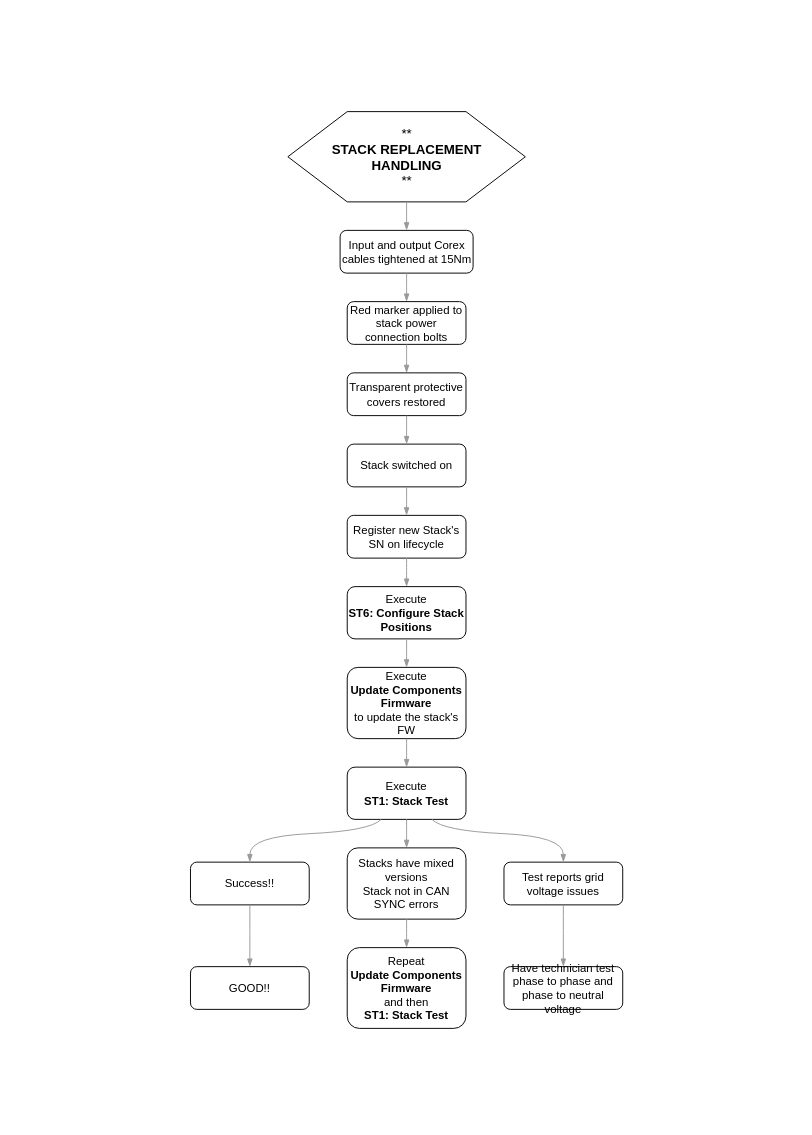
gialla1987/test-meter keeps this draw.io diagram as Diagramma senza titolo.drawio. Above is the earlier version. Source tidied: cells renumbered, new cells numbered last; positions are measured from the earlier drawing's top-left corner, leaving out a move shared by most shapes. Both pictures are drawn from the tidied source at 95%, with x=0, y=0 at pixel (190, 111).
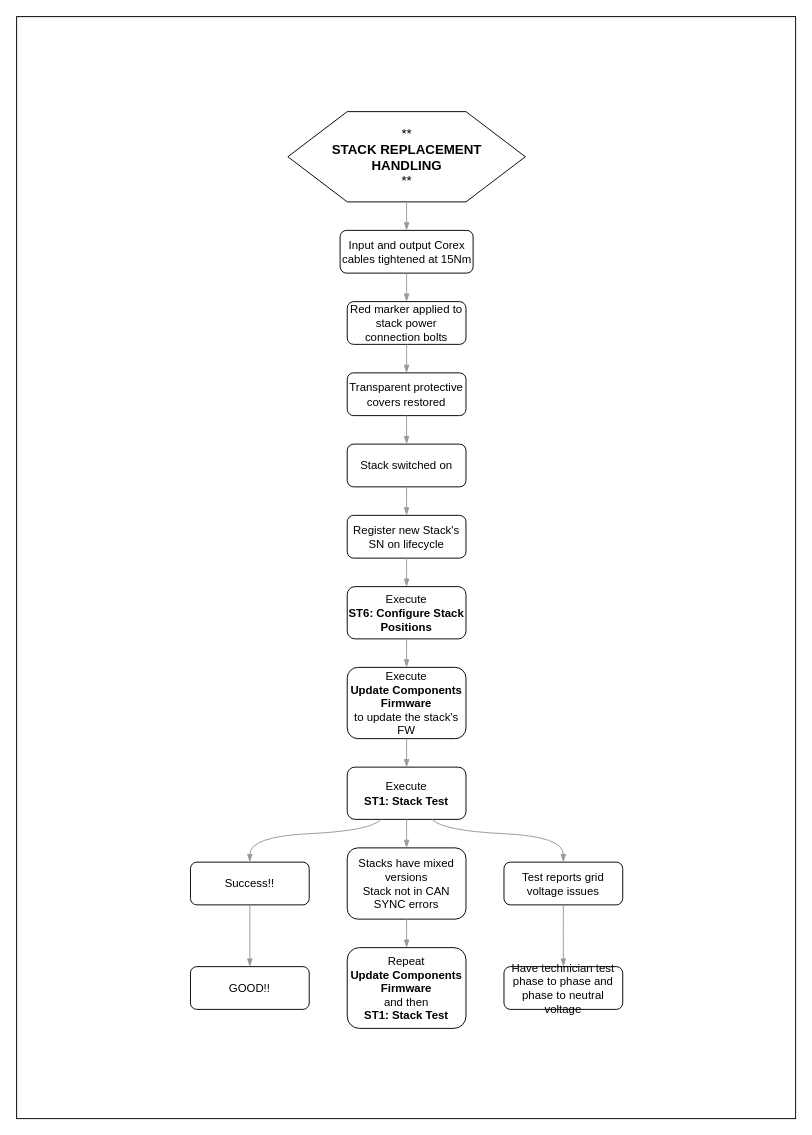
Above is the later version.

Change to the diagram source:
```diff
@@
+    <mxCell id="31" style="whiteSpace=wrap;html=1;imageAspect=0;fillColor=light-dark(#FFFFFF,#747474);" parent="1" vertex="1">
+      <mxGeometry x="-183" y="-100" width="820" height="1160" as="geometry" />
+    </mxCell>
```
